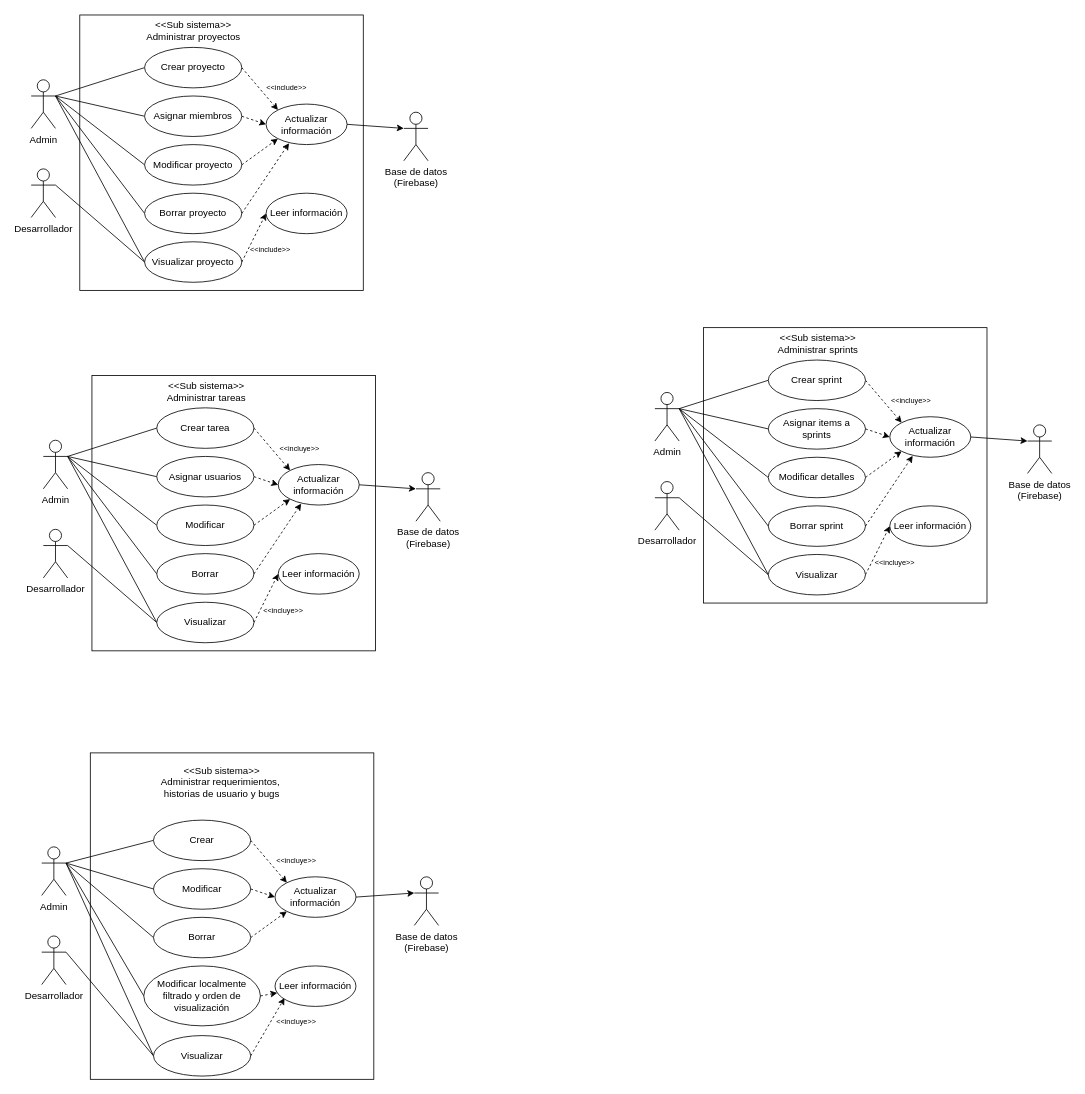
Apantli/Tenor keeps this draw.io diagram as diagrams/use-case-diagram.drawio. Above is the earlier version. Source tidied: cells renumbered, new cells numbered last; positions are measured from the earlier drawing's top-left corner, leaving out a move shared by most shapes. Both pictures are drawn from the tidied source at 81%, with x=0, y=0 at pixel (31, 14).
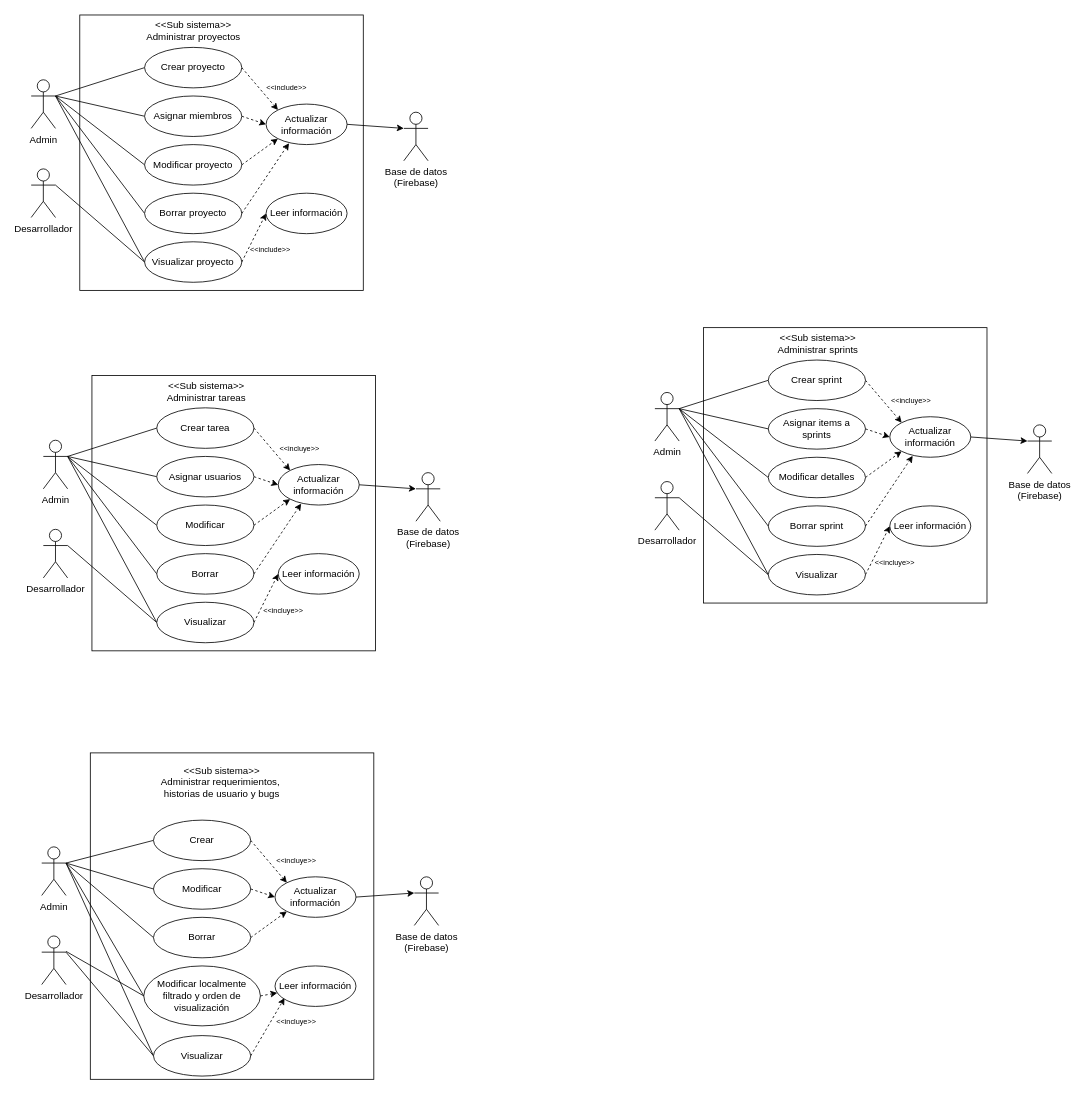
The same page after the edit.

The change refers to these unchanged cells:
```xml
<mxCell id="83" style="group;" parent="1" vertex="1">
  <mxGeometry x="13" y="911" width="490" height="404" as="geometry" />
</mxCell>
<mxCell id="101" value="Modificar localmente filtrado y orden de visualización" style="ellipse;whiteSpace=wrap;html=1;" parent="83" vertex="1">
  <mxGeometry x="126" y="264" width="144" height="74" as="geometry" />
</mxCell>
```

What changed in the source:
```diff
@@
+    <mxCell id="110" style="edgeStyle=none;rounded=0;jettySize=auto;html=1;entryX=0;entryY=0.5;entryDx=0;entryDy=0;endArrow=none;startFill=0;" parent="83" edge="1" target="101">
+      <mxGeometry relative="1" as="geometry">
+        <mxPoint x="30" y="246" as="sourcePoint" />
+      </mxGeometry>
+    </mxCell>
```
